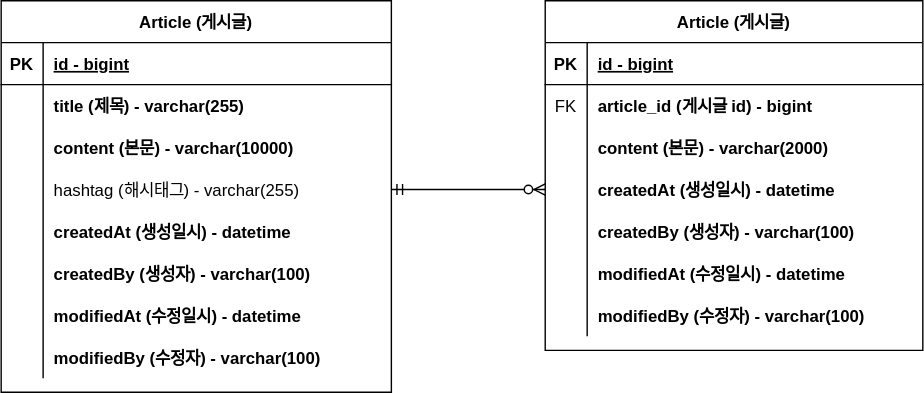
Earlier version of the draw.io export document/project-board-erd.svg (2yxxn/fastcampus-project-board). Source tidied: cells renumbered, new cells last; positions are measured from the earlier drawing's top-left corner, leaving out a move shared by most shapes.
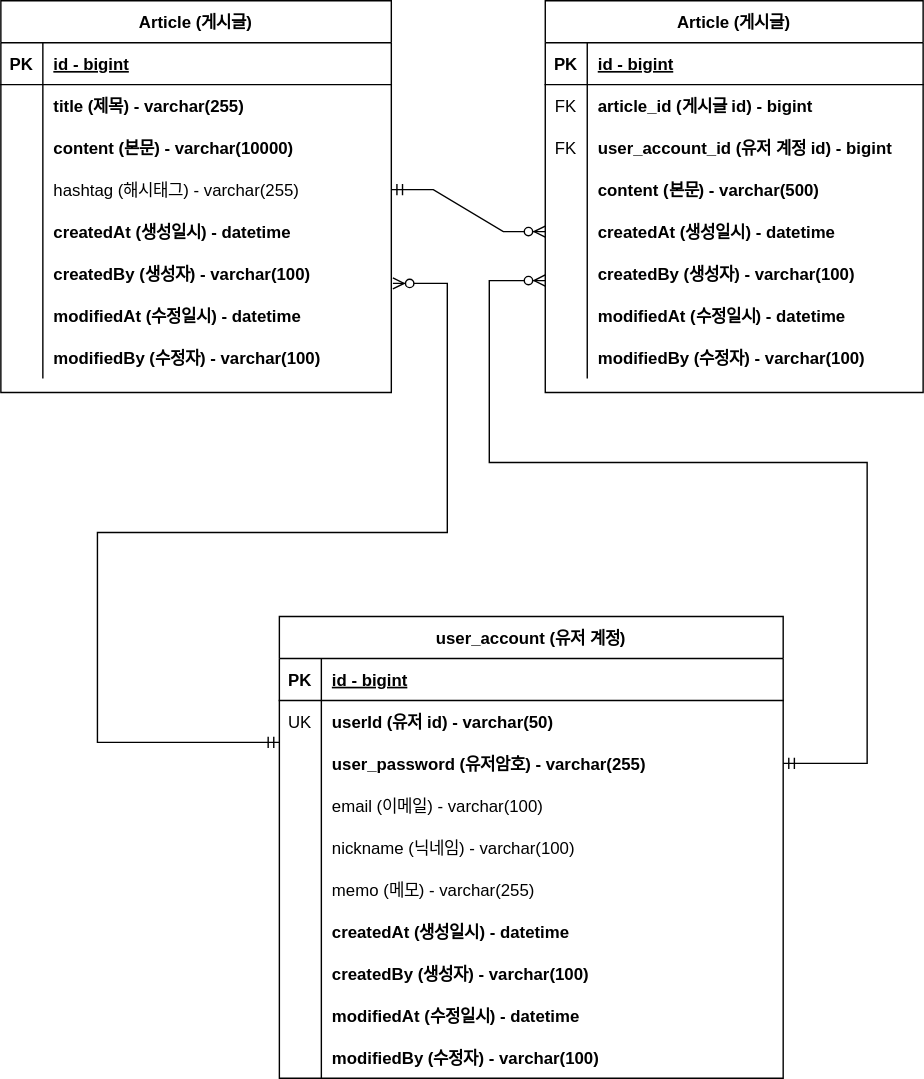
After the commit.

Commit message:
#17 - 회원 계정 도메인 구현 및 erd 반영

The edit, as a diff of the source:
```diff
@@ -78,7 +78,7 @@
       <mxGeometry x="30" width="249" height="30" as="geometry" />
     </mxCell>
     <mxCell id="27" value="Article (게시글)" style="shape=table;startSize=30;rowLines=0;fontStyle=1;align=center;" parent="1" vertex="1">
-      <mxGeometry x="389" width="270" height="250" as="geometry" />
+      <mxGeometry x="389" width="270" height="280" as="geometry" />
     </mxCell>
     <mxCell id="28" style="shape=tableRow;horizontal=0;startSize=0;swimlaneHead=0;swimlaneBody=0;fillColor=none;top=0;left=0;right=0;bottom=1;" parent="27" vertex="1">
       <mxGeometry y="30" width="270" height="30" as="geometry" />
@@ -98,17 +98,26 @@
     <mxCell id="33" value="article_id (게시글 id) - bigint" style="shape=partialRectangle;fillColor=none;top=0;left=0;bottom=0;right=0;align=left;spacingLeft=6;overflow=hidden;fontStyle=1;" parent="31" vertex="1">
       <mxGeometry x="30" width="240" height="30" as="geometry" />
     </mxCell>
+    <mxCell id="50" style="shape=tableRow;horizontal=0;startSize=0;swimlaneHead=0;swimlaneBody=0;fillColor=none;top=0;left=0;right=0;bottom=0;" parent="27" vertex="1">
+      <mxGeometry y="90" width="270" height="30" as="geometry" />
+    </mxCell>
+    <mxCell id="51" value="FK" style="shape=partialRectangle;fillColor=none;top=0;left=0;bottom=0;right=0;overflow=hidden;" parent="50" vertex="1">
+      <mxGeometry width="30" height="30" as="geometry" />
+    </mxCell>
+    <mxCell id="52" value="user_account_id (유저 계정 id) - bigint" style="shape=partialRectangle;fillColor=none;top=0;left=0;bottom=0;right=0;align=left;spacingLeft=6;overflow=hidden;fontStyle=1;" parent="50" vertex="1">
+      <mxGeometry x="30" width="240" height="30" as="geometry" />
+    </mxCell>
     <mxCell id="34" style="shape=tableRow;horizontal=0;startSize=0;swimlaneHead=0;swimlaneBody=0;fillColor=none;top=0;left=0;right=0;bottom=0;" parent="27" vertex="1">
-      <mxGeometry y="90" width="270" height="30" as="geometry" />
+      <mxGeometry y="120" width="270" height="30" as="geometry" />
     </mxCell>
     <mxCell id="35" style="shape=partialRectangle;fillColor=none;top=0;left=0;bottom=0;right=0;overflow=hidden;" parent="34" vertex="1">
       <mxGeometry width="30" height="30" as="geometry" />
     </mxCell>
-    <mxCell id="36" value="content (본문) - varchar(2000)" style="shape=partialRectangle;fillColor=none;top=0;left=0;bottom=0;right=0;align=left;spacingLeft=6;overflow=hidden;fontStyle=1;" parent="34" vertex="1">
+    <mxCell id="36" value="content (본문) - varchar(500)" style="shape=partialRectangle;fillColor=none;top=0;left=0;bottom=0;right=0;align=left;spacingLeft=6;overflow=hidden;fontStyle=1;" parent="34" vertex="1">
       <mxGeometry x="30" width="240" height="30" as="geometry" />
     </mxCell>
     <mxCell id="37" style="shape=tableRow;horizontal=0;startSize=0;swimlaneHead=0;swimlaneBody=0;fillColor=none;points=[[0,0.5],[1,0.5]];portConstraint=eastwest;top=0;left=0;right=0;bottom=0;" parent="27" vertex="1">
-      <mxGeometry y="120" width="270" height="30" as="geometry" />
+      <mxGeometry y="150" width="270" height="30" as="geometry" />
     </mxCell>
     <mxCell id="38" style="shape=partialRectangle;fillColor=none;top=0;left=0;bottom=0;right=0;overflow=hidden;" parent="37" vertex="1">
       <mxGeometry width="30" height="30" as="geometry" />
@@ -117,7 +126,7 @@
       <mxGeometry x="30" width="240" height="30" as="geometry" />
     </mxCell>
     <mxCell id="40" style="shape=tableRow;horizontal=0;startSize=0;swimlaneHead=0;swimlaneBody=0;fillColor=none;top=0;left=0;right=0;bottom=0;" parent="27" vertex="1">
-      <mxGeometry y="150" width="270" height="30" as="geometry" />
+      <mxGeometry y="180" width="270" height="30" as="geometry" />
     </mxCell>
     <mxCell id="41" style="shape=partialRectangle;fillColor=none;top=0;left=0;bottom=0;right=0;overflow=hidden;" parent="40" vertex="1">
       <mxGeometry width="30" height="30" as="geometry" />
@@ -126,7 +135,7 @@
       <mxGeometry x="30" width="240" height="30" as="geometry" />
     </mxCell>
     <mxCell id="43" style="shape=tableRow;horizontal=0;startSize=0;swimlaneHead=0;swimlaneBody=0;fillColor=none;top=0;left=0;right=0;bottom=0;" parent="27" vertex="1">
-      <mxGeometry y="180" width="270" height="30" as="geometry" />
+      <mxGeometry y="210" width="270" height="30" as="geometry" />
     </mxCell>
     <mxCell id="44" style="shape=partialRectangle;fillColor=none;top=0;left=0;bottom=0;right=0;overflow=hidden;" parent="43" vertex="1">
       <mxGeometry width="30" height="30" as="geometry" />
@@ -135,7 +144,7 @@
       <mxGeometry x="30" width="240" height="30" as="geometry" />
     </mxCell>
     <mxCell id="46" style="shape=tableRow;horizontal=0;startSize=0;swimlaneHead=0;swimlaneBody=0;fillColor=none;top=0;left=0;right=0;bottom=0;" parent="27" vertex="1">
-      <mxGeometry y="210" width="270" height="30" as="geometry" />
+      <mxGeometry y="240" width="270" height="30" as="geometry" />
     </mxCell>
     <mxCell id="47" style="shape=partialRectangle;fillColor=none;top=0;left=0;bottom=0;right=0;overflow=hidden;" parent="46" vertex="1">
       <mxGeometry width="30" height="30" as="geometry" />
@@ -146,5 +155,120 @@
     <mxCell id="49" style="edgeStyle=entityRelationEdgeStyle;fontSize=12;html=1;endArrow=ERzeroToMany;startArrow=ERmandOne;rounded=0;exitX=1;exitY=0.5;exitDx=0;exitDy=0;entryX=0;entryY=0.5;entryDx=0;entryDy=0;" parent="1" edge="1" source="12" target="37">
       <mxGeometry relative="1" as="geometry" />
     </mxCell>
+    <mxCell id="53" value="user_account (유저 계정)" style="shape=table;startSize=30;rowLines=0;fontStyle=1;align=center;" parent="1" vertex="1">
+      <mxGeometry x="199" y="440" width="360" height="330" as="geometry" />
+    </mxCell>
+    <mxCell id="54" style="shape=tableRow;horizontal=0;startSize=0;swimlaneHead=0;swimlaneBody=0;fillColor=none;top=0;left=0;right=0;bottom=1;" parent="53" vertex="1">
+      <mxGeometry y="30" width="360" height="30" as="geometry" />
+    </mxCell>
+    <mxCell id="55" value="PK" style="shape=partialRectangle;fillColor=none;top=0;left=0;bottom=0;right=0;fontStyle=1;overflow=hidden;" parent="54" vertex="1">
+      <mxGeometry width="30" height="30" as="geometry" />
+    </mxCell>
+    <mxCell id="56" value="id - bigint" style="shape=partialRectangle;fillColor=none;top=0;left=0;bottom=0;right=0;align=left;spacingLeft=6;fontStyle=5;overflow=hidden;" parent="54" vertex="1">
+      <mxGeometry x="30" width="330" height="30" as="geometry" />
+    </mxCell>
+    <mxCell id="57" style="shape=tableRow;horizontal=0;startSize=0;swimlaneHead=0;swimlaneBody=0;fillColor=none;top=0;left=0;right=0;bottom=0;" parent="53" vertex="1">
+      <mxGeometry y="60" width="360" height="30" as="geometry" />
+    </mxCell>
+    <mxCell id="58" value="UK" style="shape=partialRectangle;fillColor=none;top=0;left=0;bottom=0;right=0;overflow=hidden;" parent="57" vertex="1">
+      <mxGeometry width="30" height="30" as="geometry" />
+    </mxCell>
+    <mxCell id="59" value="userId (유저 id) - varchar(50)" style="shape=partialRectangle;fillColor=none;top=0;left=0;bottom=0;right=0;align=left;spacingLeft=6;overflow=hidden;fontStyle=1;" parent="57" vertex="1">
+      <mxGeometry x="30" width="330" height="30" as="geometry" />
+    </mxCell>
+    <mxCell id="60" style="shape=tableRow;horizontal=0;startSize=0;swimlaneHead=0;swimlaneBody=0;fillColor=none;points=[[0,0.5],[1,0.5]];portConstraint=eastwest;top=0;left=0;right=0;bottom=0;" parent="53" vertex="1">
+      <mxGeometry y="90" width="360" height="30" as="geometry" />
+    </mxCell>
+    <mxCell id="61" style="shape=partialRectangle;fillColor=none;top=0;left=0;bottom=0;right=0;overflow=hidden;" parent="60" vertex="1">
+      <mxGeometry width="30" height="30" as="geometry" />
+    </mxCell>
+    <mxCell id="62" value="user_password (유저암호) - varchar(255)" style="shape=partialRectangle;fillColor=none;top=0;left=0;bottom=0;right=0;align=left;spacingLeft=6;overflow=hidden;fontStyle=1;" parent="60" vertex="1">
+      <mxGeometry x="30" width="330" height="30" as="geometry" />
+    </mxCell>
+    <mxCell id="63" style="shape=tableRow;horizontal=0;startSize=0;swimlaneHead=0;swimlaneBody=0;fillColor=none;top=0;left=0;right=0;bottom=0;" parent="53" vertex="1">
+      <mxGeometry y="120" width="360" height="30" as="geometry" />
+    </mxCell>
+    <mxCell id="64" style="shape=partialRectangle;fillColor=none;top=0;left=0;bottom=0;right=0;overflow=hidden;" parent="63" vertex="1">
+      <mxGeometry width="30" height="30" as="geometry" />
+    </mxCell>
+    <mxCell id="65" value="email (이메일) - varchar(100)" style="shape=partialRectangle;fillColor=none;top=0;left=0;bottom=0;right=0;align=left;spacingLeft=6;overflow=hidden;" parent="63" vertex="1">
+      <mxGeometry x="30" width="330" height="30" as="geometry" />
+    </mxCell>
+    <mxCell id="66" style="shape=tableRow;horizontal=0;startSize=0;swimlaneHead=0;swimlaneBody=0;fillColor=none;top=0;left=0;right=0;bottom=0;" parent="53" vertex="1">
+      <mxGeometry y="150" width="360" height="30" as="geometry" />
+    </mxCell>
+    <mxCell id="67" style="shape=partialRectangle;fillColor=none;top=0;left=0;bottom=0;right=0;overflow=hidden;" parent="66" vertex="1">
+      <mxGeometry width="30" height="30" as="geometry" />
+    </mxCell>
+    <mxCell id="68" value="nickname (닉네임) - varchar(100)" style="shape=partialRectangle;fillColor=none;top=0;left=0;bottom=0;right=0;align=left;spacingLeft=6;overflow=hidden;" parent="66" vertex="1">
+      <mxGeometry x="30" width="330" height="30" as="geometry" />
+    </mxCell>
+    <mxCell id="69" style="shape=tableRow;horizontal=0;startSize=0;swimlaneHead=0;swimlaneBody=0;fillColor=none;top=0;left=0;right=0;bottom=0;" parent="53" vertex="1">
+      <mxGeometry y="180" width="360" height="30" as="geometry" />
+    </mxCell>
+    <mxCell id="70" style="shape=partialRectangle;fillColor=none;top=0;left=0;bottom=0;right=0;overflow=hidden;" parent="69" vertex="1">
+      <mxGeometry width="30" height="30" as="geometry" />
+    </mxCell>
+    <mxCell id="71" value="memo (메모) - varchar(255)" style="shape=partialRectangle;fillColor=none;top=0;left=0;bottom=0;right=0;align=left;spacingLeft=6;overflow=hidden;" parent="69" vertex="1">
+      <mxGeometry x="30" width="330" height="30" as="geometry" />
+    </mxCell>
+    <mxCell id="72" style="shape=tableRow;horizontal=0;startSize=0;swimlaneHead=0;swimlaneBody=0;fillColor=none;top=0;left=0;right=0;bottom=0;" parent="53" vertex="1">
+      <mxGeometry y="210" width="360" height="30" as="geometry" />
+    </mxCell>
+    <mxCell id="73" style="shape=partialRectangle;fillColor=none;top=0;left=0;bottom=0;right=0;overflow=hidden;" parent="72" vertex="1">
+      <mxGeometry width="30" height="30" as="geometry" />
+    </mxCell>
+    <mxCell id="74" value="createdAt (생성일시) - datetime" style="shape=partialRectangle;fillColor=none;top=0;left=0;bottom=0;right=0;align=left;spacingLeft=6;overflow=hidden;fontStyle=1;" parent="72" vertex="1">
+      <mxGeometry x="30" width="330" height="30" as="geometry" />
+    </mxCell>
+    <mxCell id="75" style="shape=tableRow;horizontal=0;startSize=0;swimlaneHead=0;swimlaneBody=0;fillColor=none;top=0;left=0;right=0;bottom=0;" parent="53" vertex="1">
+      <mxGeometry y="240" width="360" height="30" as="geometry" />
+    </mxCell>
+    <mxCell id="76" style="shape=partialRectangle;fillColor=none;top=0;left=0;bottom=0;right=0;overflow=hidden;" parent="75" vertex="1">
+      <mxGeometry width="30" height="30" as="geometry" />
+    </mxCell>
+    <mxCell id="77" value="createdBy (생성자) - varchar(100)" style="shape=partialRectangle;fillColor=none;top=0;left=0;bottom=0;right=0;align=left;spacingLeft=6;overflow=hidden;fontStyle=1;" parent="75" vertex="1">
+      <mxGeometry x="30" width="330" height="30" as="geometry" />
+    </mxCell>
+    <mxCell id="78" style="shape=tableRow;horizontal=0;startSize=0;swimlaneHead=0;swimlaneBody=0;fillColor=none;top=0;left=0;right=0;bottom=0;" parent="53" vertex="1">
+      <mxGeometry y="270" width="360" height="30" as="geometry" />
+    </mxCell>
+    <mxCell id="79" style="shape=partialRectangle;fillColor=none;top=0;left=0;bottom=0;right=0;overflow=hidden;" parent="78" vertex="1">
+      <mxGeometry width="30" height="30" as="geometry" />
+    </mxCell>
+    <mxCell id="80" value="modifiedAt (수정일시) - datetime" style="shape=partialRectangle;fillColor=none;top=0;left=0;bottom=0;right=0;align=left;spacingLeft=6;overflow=hidden;fontStyle=1;" parent="78" vertex="1">
+      <mxGeometry x="30" width="330" height="30" as="geometry" />
+    </mxCell>
+    <mxCell id="81" style="shape=tableRow;horizontal=0;startSize=0;swimlaneHead=0;swimlaneBody=0;fillColor=none;top=0;left=0;right=0;bottom=0;" parent="53" vertex="1">
+      <mxGeometry y="300" width="360" height="30" as="geometry" />
+    </mxCell>
+    <mxCell id="82" style="shape=partialRectangle;fillColor=none;top=0;left=0;bottom=0;right=0;overflow=hidden;" parent="81" vertex="1">
+      <mxGeometry width="30" height="30" as="geometry" />
+    </mxCell>
+    <mxCell id="83" value="modifiedBy (수정자) - varchar(100)" style="shape=partialRectangle;fillColor=none;top=0;left=0;bottom=0;right=0;align=left;spacingLeft=6;overflow=hidden;fontStyle=1;" parent="81" vertex="1">
+      <mxGeometry x="30" width="330" height="30" as="geometry" />
+    </mxCell>
+    <mxCell id="84" style="edgeStyle=orthogonalEdgeStyle;fontSize=12;html=1;endArrow=ERzeroToMany;startArrow=ERmandOne;rounded=0;elbow=vertical;entryX=1.004;entryY=0.733;entryDx=0;entryDy=0;entryPerimeter=0;" parent="1" edge="1" target="18">
+      <mxGeometry relative="1" as="geometry">
+        <mxPoint x="199" y="530" as="sourcePoint" />
+        <Array as="points">
+          <mxPoint x="69" y="530" />
+          <mxPoint x="69" y="380" />
+          <mxPoint x="319" y="380" />
+          <mxPoint x="319" y="202" />
+        </Array>
+      </mxGeometry>
+    </mxCell>
+    <mxCell id="85" style="edgeStyle=orthogonalEdgeStyle;fontSize=12;html=1;endArrow=ERzeroToMany;startArrow=ERmandOne;rounded=0;elbow=vertical;exitX=1;exitY=0.5;exitDx=0;exitDy=0;" parent="1" edge="1" source="60">
+      <mxGeometry relative="1" as="geometry">
+        <mxPoint x="389" y="200" as="targetPoint" />
+        <Array as="points">
+          <mxPoint x="619" y="545" />
+          <mxPoint x="619" y="330" />
+          <mxPoint x="349" y="330" />
+          <mxPoint x="349" y="200" />
+        </Array>
+      </mxGeometry>
+    </mxCell>
   </root>
 </mxGraphModel>
```
